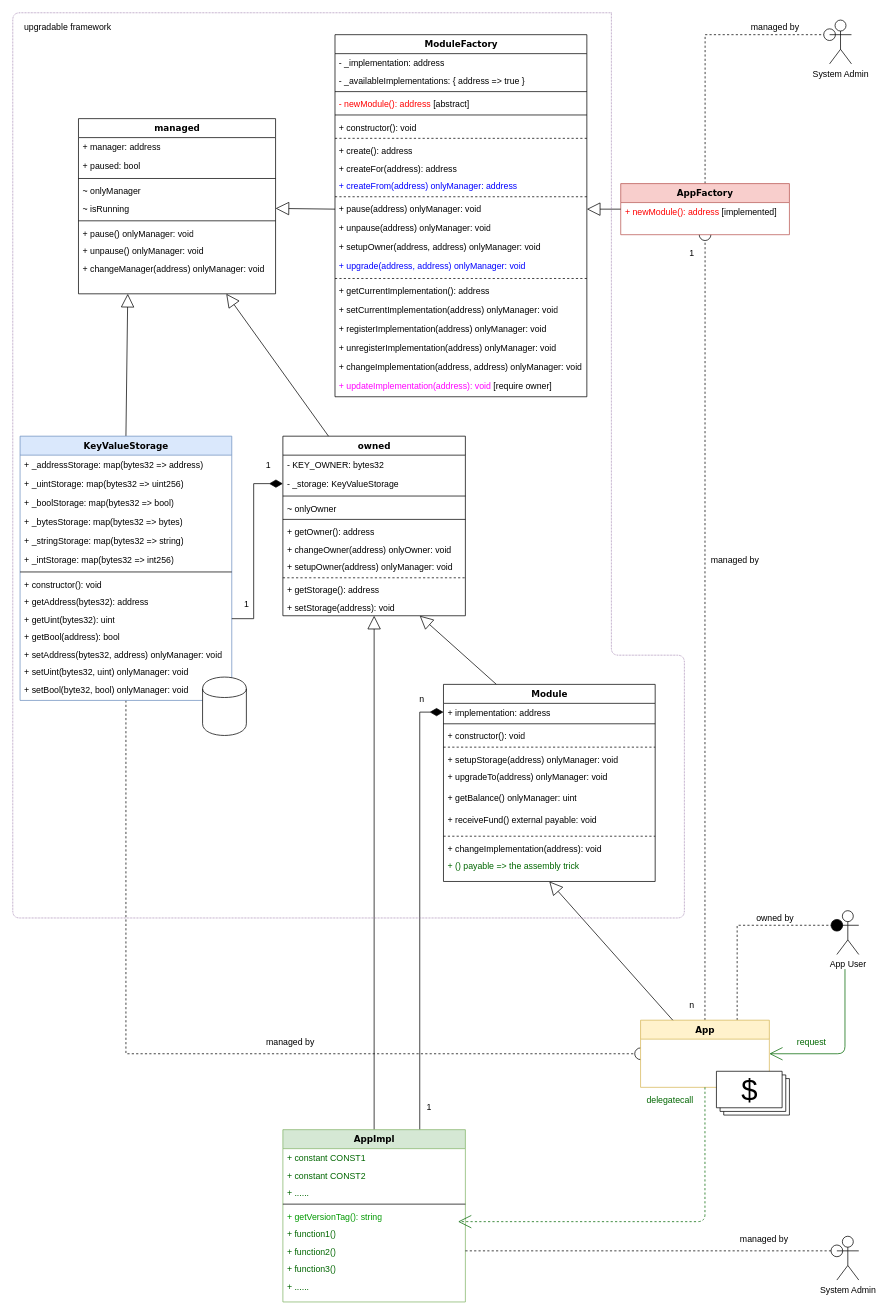
This is blockchain/ethereum/upgradable-contract/UpgradableContracts4.drawio from hmisty/coding, a draw.io file, before an edit. Source tidied: cells renumbered, new cells numbered last; positions are measured from the earlier drawing's top-left corner, leaving out a move shared by most shapes. Both pictures are drawn from the tidied source at 73%, with x=0, y=0 at pixel (12, 12).
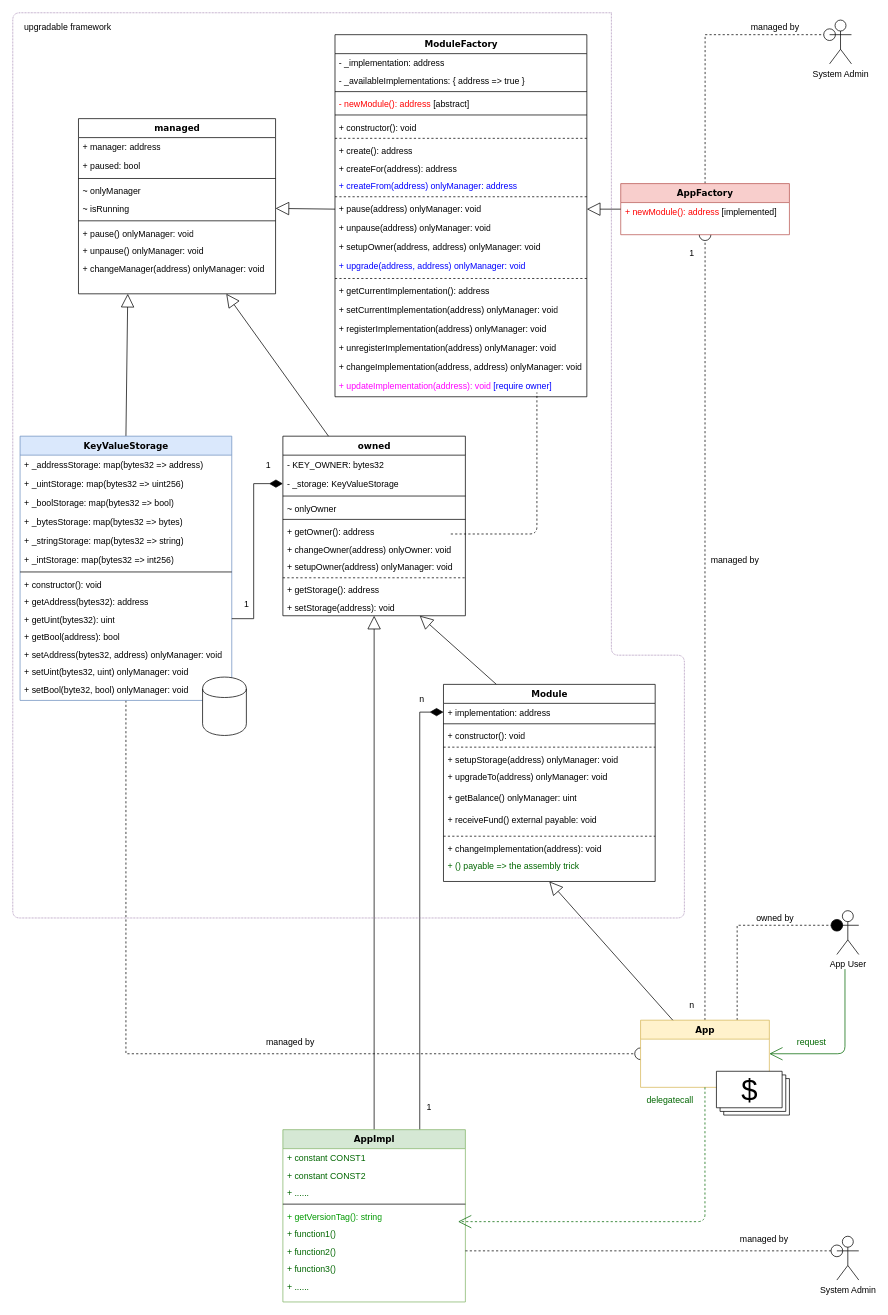
After the change.

Unchanged cells that the change refers to:
```xml
<mxCell id="98" value="ModuleFactory" style="swimlane;html=1;fontStyle=1;align=center;verticalAlign=top;horizontal=1;startSize=26;swimlaneFillColor=#ffffff;rounded=0;shadow=0;comic=0;labelBackgroundColor=none;strokeWidth=1;fontFamily=Verdana;fontSize=12;" parent="1" vertex="1">
  <mxGeometry x="441.4" y="30" width="345" height="496" as="geometry" />
</mxCell>
```

What changed in the source:
```diff
@@
-    <mxCell id="120" value="&lt;font color=&quot;#ff00ff&quot;&gt;+ updateImplementation(address): void&lt;/font&gt; &lt;font color=&quot;#000000&quot;&gt;[require owner]&lt;/font&gt;" style="text;html=1;strokeColor=none;fillColor=none;align=left;verticalAlign=top;spacingLeft=4;spacingRight=4;whiteSpace=wrap;overflow=hidden;fontColor=#0000FF;" parent="98" vertex="1">
+    <mxCell id="120" value="&lt;font color=&quot;#ff00ff&quot;&gt;+ updateImplementation(address): void&lt;/font&gt; [require owner]" style="text;html=1;strokeColor=none;fillColor=none;align=left;verticalAlign=top;spacingLeft=4;spacingRight=4;whiteSpace=wrap;overflow=hidden;fontColor=#0000FF;" parent="98" vertex="1">
       <mxGeometry y="468" width="345" height="28" as="geometry" />
     </mxCell>
@@
+    <mxCell id="124" style="endArrow=none;dashed=1;html=1;exitX=1;exitY=0.5;exitDx=0;exitDy=0;" parent="1" edge="1">
+      <mxGeometry relative="1" as="geometry">
+        <mxPoint x="600" y="714" as="sourcePoint" />
+        <mxPoint x="718" y="520" as="targetPoint" />
+        <Array as="points">
+          <mxPoint x="718" y="714" />
+        </Array>
+      </mxGeometry>
+    </mxCell>
```
